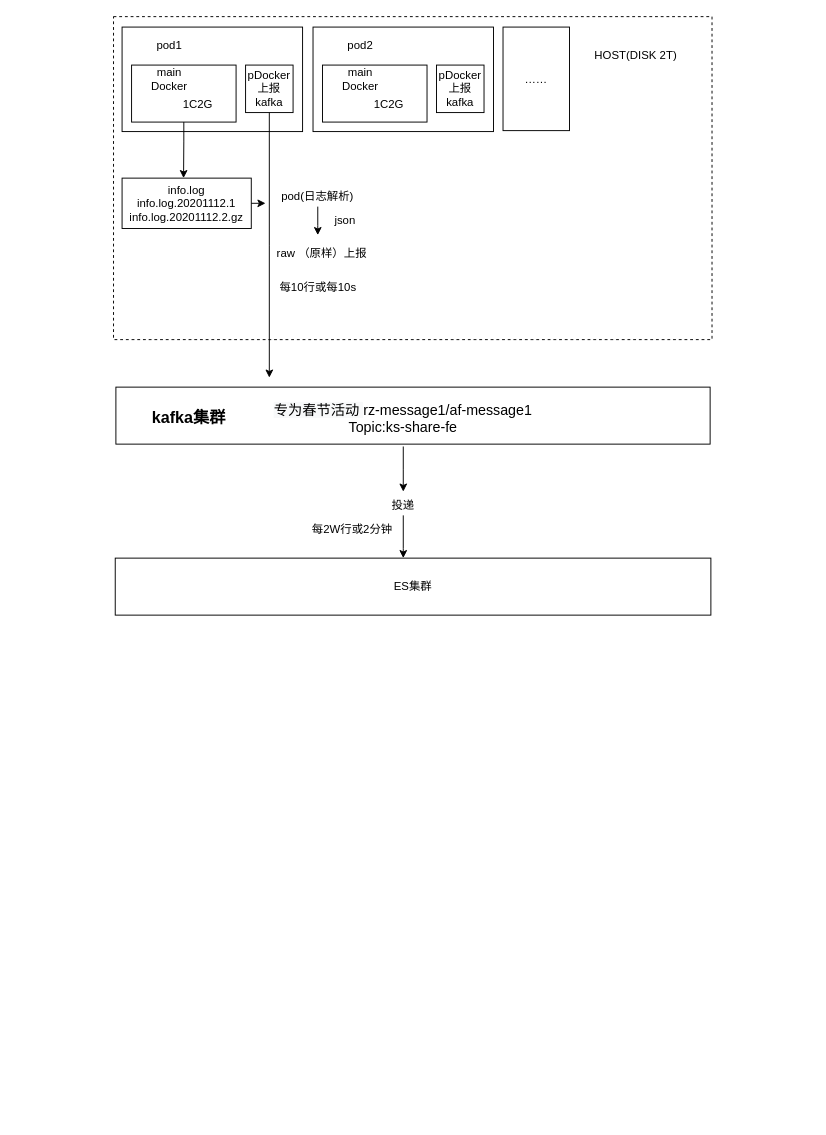
ShangXinbo/myItem keeps this draw.io diagram as 日志消费图.drawio. Above is the earlier version. Source tidied: cells renumbered, new cells numbered last; positions are measured from the earlier drawing's top-left corner, leaving out a move shared by most shapes. Both pictures are drawn from the tidied source at 95%, with x=0, y=0 at pixel (113, 16).
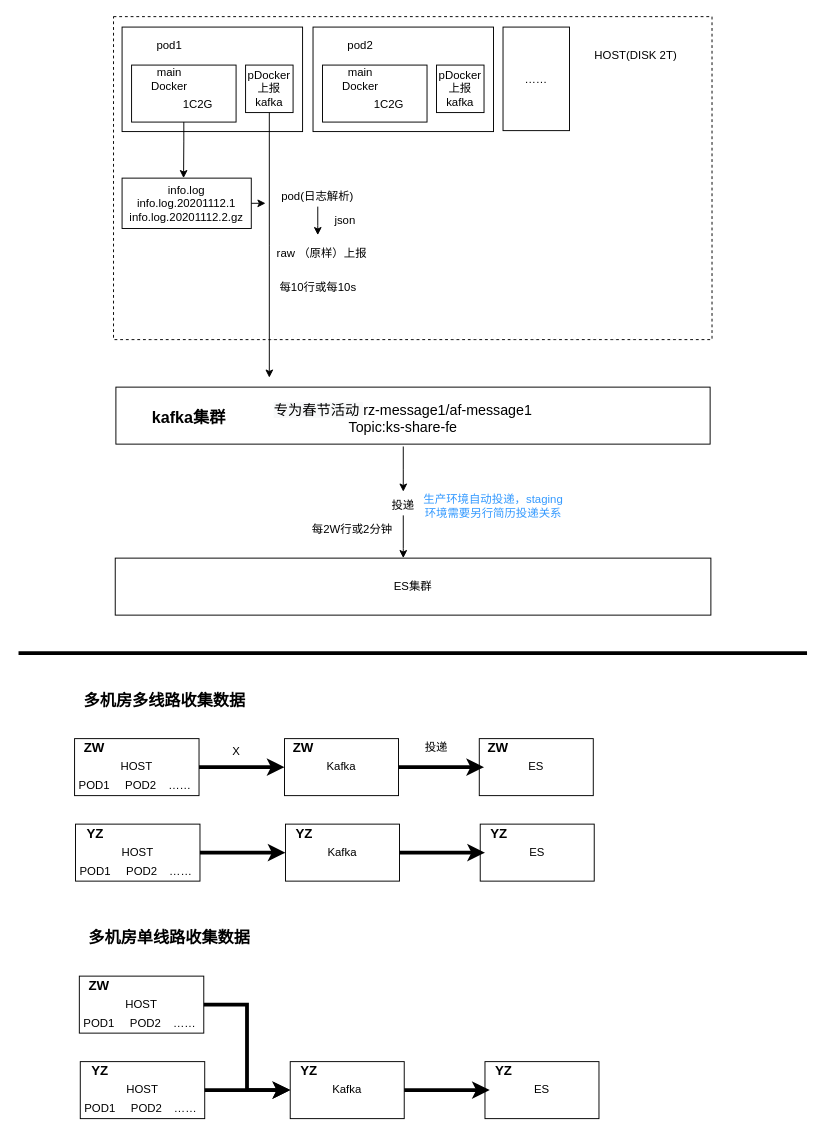
After the change.

Commit message (it also covers changes not shown here):
更新日志消费图.drawio

Change to the diagram source:
```diff
@@
+    <mxCell id="36" value="&lt;font color=&quot;#3399ff&quot;&gt;生产环境自动投递，staging环境需要另行简历投递关系&lt;/font&gt;" style="text;html=1;strokeColor=none;fillColor=none;align=center;verticalAlign=middle;whiteSpace=wrap;rounded=0;" parent="1" vertex="1">
+      <mxGeometry x="320" y="512.5" width="160" height="5" as="geometry" />
+    </mxCell>
+    <mxCell id="37" value="&lt;font style=&quot;font-size: 17px&quot;&gt;&lt;b&gt;多机房多线路收集数据&lt;/b&gt;&lt;/font&gt;" style="text;html=1;strokeColor=none;fillColor=none;align=center;verticalAlign=middle;whiteSpace=wrap;rounded=0;" parent="1" vertex="1">
+      <mxGeometry x="-61" y="720" width="230" as="geometry" />
+    </mxCell>
+    <mxCell id="38" style="endArrow=none;html=1;strokeWidth=4;" parent="1" edge="1">
+      <mxGeometry relative="1" as="geometry">
+        <mxPoint x="-100" y="670" as="sourcePoint" />
+        <mxPoint x="730" y="670" as="targetPoint" />
+      </mxGeometry>
+    </mxCell>
+    <mxCell id="39" value="投递" style="text;html=1;strokeColor=none;fillColor=none;align=center;verticalAlign=middle;whiteSpace=wrap;rounded=0;" parent="1" vertex="1">
+      <mxGeometry x="320" y="760" width="40" height="20" as="geometry" />
+    </mxCell>
+    <mxCell id="40" style="group;" parent="1" vertex="1">
+      <mxGeometry x="-41" y="760" width="546" height="60" as="geometry" />
+    </mxCell>
+    <mxCell id="41" style="edgeStyle=orthogonalEdgeStyle;rounded=0;jettySize=auto;html=1;strokeWidth=4;" parent="40" edge="1" source="53">
+      <mxGeometry relative="1" as="geometry">
+        <mxPoint x="431" y="30" as="targetPoint" />
+      </mxGeometry>
+    </mxCell>
+    <mxCell id="42" value="ES" style="rounded=0;whiteSpace=wrap;html=1;strokeColor=#000000;fillColor=none;" parent="40" vertex="1">
+      <mxGeometry x="426" width="120" height="60" as="geometry" />
+    </mxCell>
+    <mxCell id="43" value="&lt;font style=&quot;font-size: 14px&quot;&gt;&lt;b&gt;ZW&lt;/b&gt;&lt;/font&gt;" style="text;html=1;strokeColor=none;fillColor=none;align=center;verticalAlign=middle;whiteSpace=wrap;rounded=0;" parent="40" vertex="1">
+      <mxGeometry x="426" width="40" height="20" as="geometry" />
+    </mxCell>
+    <mxCell id="44" value="X" style="group;" parent="40" vertex="1">
+      <mxGeometry width="341" height="60" as="geometry" />
+    </mxCell>
+    <mxCell id="45" style="group;" parent="44" vertex="1">
+      <mxGeometry width="131" height="60" as="geometry" />
+    </mxCell>
+    <mxCell id="46" value="POD1" style="text;html=1;strokeColor=none;fillColor=none;align=center;verticalAlign=middle;whiteSpace=wrap;rounded=0;" parent="45" vertex="1">
+      <mxGeometry x="1" y="40" width="40" height="20" as="geometry" />
+    </mxCell>
+    <mxCell id="47" value="POD2" style="text;html=1;strokeColor=none;fillColor=none;align=center;verticalAlign=middle;whiteSpace=wrap;rounded=0;" parent="45" vertex="1">
+      <mxGeometry x="50" y="40" width="40" height="20" as="geometry" />
+    </mxCell>
+    <mxCell id="48" value="……" style="text;html=1;strokeColor=none;fillColor=none;align=center;verticalAlign=middle;whiteSpace=wrap;rounded=0;" parent="45" vertex="1">
+      <mxGeometry x="91" y="40" width="40" height="20" as="geometry" />
+    </mxCell>
+    <mxCell id="49" style="group;" parent="45" vertex="1">
+      <mxGeometry width="131" height="60" as="geometry" />
+    </mxCell>
+    <mxCell id="50" value="HOST" style="rounded=0;whiteSpace=wrap;html=1;strokeColor=#000000;fillColor=none;" parent="49" vertex="1">
+      <mxGeometry width="131" height="60" as="geometry" />
+    </mxCell>
+    <mxCell id="51" value="&lt;font style=&quot;font-size: 14px&quot;&gt;&lt;b&gt;ZW&lt;/b&gt;&lt;/font&gt;" style="text;html=1;strokeColor=none;fillColor=none;align=center;verticalAlign=middle;whiteSpace=wrap;rounded=0;" parent="49" vertex="1">
+      <mxGeometry x="1" width="40" height="20" as="geometry" />
+    </mxCell>
+    <mxCell id="52" style="edgeStyle=orthogonalEdgeStyle;rounded=0;jettySize=auto;html=1;strokeWidth=4;" parent="44" edge="1" source="50">
+      <mxGeometry relative="1" as="geometry">
+        <mxPoint x="221" y="30" as="targetPoint" />
+      </mxGeometry>
+    </mxCell>
+    <mxCell id="53" value="Kafka" style="rounded=0;whiteSpace=wrap;html=1;strokeColor=#000000;fillColor=none;" parent="44" vertex="1">
+      <mxGeometry x="221" width="120" height="60" as="geometry" />
+    </mxCell>
+    <mxCell id="54" value="&lt;font style=&quot;font-size: 14px&quot;&gt;&lt;b&gt;ZW&lt;/b&gt;&lt;/font&gt;" style="text;html=1;strokeColor=none;fillColor=none;align=center;verticalAlign=middle;whiteSpace=wrap;rounded=0;" parent="44" vertex="1">
+      <mxGeometry x="221" width="40" height="20" as="geometry" />
+    </mxCell>
+    <mxCell id="55" style="group;" parent="1" vertex="1">
+      <mxGeometry x="-40" y="850" width="546" height="60" as="geometry" />
+    </mxCell>
+    <mxCell id="56" style="edgeStyle=orthogonalEdgeStyle;rounded=0;jettySize=auto;html=1;strokeWidth=4;" parent="55" edge="1" source="68">
+      <mxGeometry relative="1" as="geometry">
+        <mxPoint x="431" y="30" as="targetPoint" />
+      </mxGeometry>
+    </mxCell>
+    <mxCell id="57" value="ES" style="rounded=0;whiteSpace=wrap;html=1;strokeColor=#000000;fillColor=none;" parent="55" vertex="1">
+      <mxGeometry x="426" width="120" height="60" as="geometry" />
+    </mxCell>
+    <mxCell id="58" value="&lt;font style=&quot;font-size: 14px&quot;&gt;&lt;b&gt;YZ&lt;/b&gt;&lt;/font&gt;" style="text;html=1;strokeColor=none;fillColor=none;align=center;verticalAlign=middle;whiteSpace=wrap;rounded=0;" parent="55" vertex="1">
+      <mxGeometry x="426" width="40" height="20" as="geometry" />
+    </mxCell>
+    <mxCell id="59" style="group;" parent="55" vertex="1">
+      <mxGeometry width="341" height="60" as="geometry" />
+    </mxCell>
+    <mxCell id="60" style="group;" parent="59" vertex="1">
+      <mxGeometry width="131" height="60" as="geometry" />
+    </mxCell>
+    <mxCell id="61" value="POD1" style="text;html=1;strokeColor=none;fillColor=none;align=center;verticalAlign=middle;whiteSpace=wrap;rounded=0;" parent="60" vertex="1">
+      <mxGeometry x="1" y="40" width="40" height="20" as="geometry" />
+    </mxCell>
+    <mxCell id="62" value="POD2" style="text;html=1;strokeColor=none;fillColor=none;align=center;verticalAlign=middle;whiteSpace=wrap;rounded=0;" parent="60" vertex="1">
+      <mxGeometry x="50" y="40" width="40" height="20" as="geometry" />
+    </mxCell>
+    <mxCell id="63" value="……" style="text;html=1;strokeColor=none;fillColor=none;align=center;verticalAlign=middle;whiteSpace=wrap;rounded=0;" parent="60" vertex="1">
+      <mxGeometry x="91" y="40" width="40" height="20" as="geometry" />
+    </mxCell>
+    <mxCell id="64" style="group;" parent="60" vertex="1">
+      <mxGeometry width="131" height="60" as="geometry" />
+    </mxCell>
+    <mxCell id="65" value="HOST" style="rounded=0;whiteSpace=wrap;html=1;strokeColor=#000000;fillColor=none;" parent="64" vertex="1">
+      <mxGeometry width="131" height="60" as="geometry" />
+    </mxCell>
+    <mxCell id="66" value="&lt;font style=&quot;font-size: 14px&quot;&gt;&lt;b&gt;YZ&lt;/b&gt;&lt;/font&gt;" style="text;html=1;strokeColor=none;fillColor=none;align=center;verticalAlign=middle;whiteSpace=wrap;rounded=0;" parent="64" vertex="1">
+      <mxGeometry x="1" width="40" height="20" as="geometry" />
+    </mxCell>
+    <mxCell id="67" style="edgeStyle=orthogonalEdgeStyle;rounded=0;jettySize=auto;html=1;strokeWidth=4;" parent="59" edge="1" source="65">
+      <mxGeometry relative="1" as="geometry">
+        <mxPoint x="221" y="30" as="targetPoint" />
+      </mxGeometry>
+    </mxCell>
+    <mxCell id="68" value="Kafka" style="rounded=0;whiteSpace=wrap;html=1;strokeColor=#000000;fillColor=none;" parent="59" vertex="1">
+      <mxGeometry x="221" width="120" height="60" as="geometry" />
+    </mxCell>
+    <mxCell id="69" value="&lt;span style=&quot;font-size: 14px&quot;&gt;&lt;b&gt;YZ&lt;/b&gt;&lt;/span&gt;" style="text;html=1;strokeColor=none;fillColor=none;align=center;verticalAlign=middle;whiteSpace=wrap;rounded=0;" parent="59" vertex="1">
+      <mxGeometry x="221" width="40" height="20" as="geometry" />
+    </mxCell>
+    <mxCell id="70" value="&lt;font style=&quot;font-size: 17px&quot;&gt;&lt;b&gt;多机房单线路收集数据&lt;/b&gt;&lt;/font&gt;" style="text;html=1;strokeColor=none;fillColor=none;align=center;verticalAlign=middle;whiteSpace=wrap;rounded=0;" parent="1" vertex="1">
+      <mxGeometry x="-56" y="970" width="230" as="geometry" />
+    </mxCell>
+    <mxCell id="71" style="group;" parent="1" vertex="1">
+      <mxGeometry x="-35" y="1100" width="546" height="60" as="geometry" />
+    </mxCell>
+    <mxCell id="72" style="edgeStyle=orthogonalEdgeStyle;rounded=0;jettySize=auto;html=1;strokeWidth=4;" parent="71" edge="1" source="84">
+      <mxGeometry relative="1" as="geometry">
+        <mxPoint x="431" y="30" as="targetPoint" />
+      </mxGeometry>
+    </mxCell>
+    <mxCell id="73" value="ES" style="rounded=0;whiteSpace=wrap;html=1;strokeColor=#000000;fillColor=none;" parent="71" vertex="1">
+      <mxGeometry x="426" width="120" height="60" as="geometry" />
+    </mxCell>
+    <mxCell id="74" value="&lt;font style=&quot;font-size: 14px&quot;&gt;&lt;b&gt;YZ&lt;/b&gt;&lt;/font&gt;" style="text;html=1;strokeColor=none;fillColor=none;align=center;verticalAlign=middle;whiteSpace=wrap;rounded=0;" parent="71" vertex="1">
+      <mxGeometry x="426" width="40" height="20" as="geometry" />
+    </mxCell>
+    <mxCell id="75" style="group;" parent="71" vertex="1">
+      <mxGeometry width="341" height="60" as="geometry" />
+    </mxCell>
+    <mxCell id="76" style="group;" parent="75" vertex="1">
+      <mxGeometry width="131" height="60" as="geometry" />
+    </mxCell>
+    <mxCell id="77" value="POD1" style="text;html=1;strokeColor=none;fillColor=none;align=center;verticalAlign=middle;whiteSpace=wrap;rounded=0;" parent="76" vertex="1">
+      <mxGeometry x="1" y="40" width="40" height="20" as="geometry" />
+    </mxCell>
+    <mxCell id="78" value="POD2" style="text;html=1;strokeColor=none;fillColor=none;align=center;verticalAlign=middle;whiteSpace=wrap;rounded=0;" parent="76" vertex="1">
+      <mxGeometry x="50" y="40" width="40" height="20" as="geometry" />
+    </mxCell>
+    <mxCell id="79" value="……" style="text;html=1;strokeColor=none;fillColor=none;align=center;verticalAlign=middle;whiteSpace=wrap;rounded=0;" parent="76" vertex="1">
+      <mxGeometry x="91" y="40" width="40" height="20" as="geometry" />
+    </mxCell>
+    <mxCell id="80" style="group;" parent="76" vertex="1">
+      <mxGeometry width="131" height="60" as="geometry" />
+    </mxCell>
+    <mxCell id="81" value="HOST" style="rounded=0;whiteSpace=wrap;html=1;strokeColor=#000000;fillColor=none;" parent="80" vertex="1">
+      <mxGeometry width="131" height="60" as="geometry" />
+    </mxCell>
+    <mxCell id="82" value="&lt;font style=&quot;font-size: 14px&quot;&gt;&lt;b&gt;YZ&lt;/b&gt;&lt;/font&gt;" style="text;html=1;strokeColor=none;fillColor=none;align=center;verticalAlign=middle;whiteSpace=wrap;rounded=0;" parent="80" vertex="1">
+      <mxGeometry x="1" width="40" height="20" as="geometry" />
+    </mxCell>
+    <mxCell id="83" style="edgeStyle=orthogonalEdgeStyle;rounded=0;jettySize=auto;html=1;strokeWidth=4;" parent="75" edge="1" source="81">
+      <mxGeometry relative="1" as="geometry">
+        <mxPoint x="221" y="30" as="targetPoint" />
+      </mxGeometry>
+    </mxCell>
+    <mxCell id="84" value="Kafka" style="rounded=0;whiteSpace=wrap;html=1;strokeColor=#000000;fillColor=none;" parent="75" vertex="1">
+      <mxGeometry x="221" width="120" height="60" as="geometry" />
+    </mxCell>
+    <mxCell id="85" value="&lt;span style=&quot;font-size: 14px&quot;&gt;&lt;b&gt;YZ&lt;/b&gt;&lt;/span&gt;" style="text;html=1;strokeColor=none;fillColor=none;align=center;verticalAlign=middle;whiteSpace=wrap;rounded=0;" parent="75" vertex="1">
+      <mxGeometry x="221" width="40" height="20" as="geometry" />
+    </mxCell>
+    <mxCell id="86" style="group;" parent="1" vertex="1">
+      <mxGeometry x="-36" y="1010" width="131" height="60" as="geometry" />
+    </mxCell>
+    <mxCell id="87" value="POD1" style="text;html=1;strokeColor=none;fillColor=none;align=center;verticalAlign=middle;whiteSpace=wrap;rounded=0;" parent="86" vertex="1">
+      <mxGeometry x="1" y="40" width="40" height="20" as="geometry" />
+    </mxCell>
+    <mxCell id="88" value="POD2" style="text;html=1;strokeColor=none;fillColor=none;align=center;verticalAlign=middle;whiteSpace=wrap;rounded=0;" parent="86" vertex="1">
+      <mxGeometry x="50" y="40" width="40" height="20" as="geometry" />
+    </mxCell>
+    <mxCell id="89" value="……" style="text;html=1;strokeColor=none;fillColor=none;align=center;verticalAlign=middle;whiteSpace=wrap;rounded=0;" parent="86" vertex="1">
+      <mxGeometry x="91" y="40" width="40" height="20" as="geometry" />
+    </mxCell>
+    <mxCell id="90" style="group;" parent="86" vertex="1">
+      <mxGeometry width="131" height="60" as="geometry" />
+    </mxCell>
+    <mxCell id="91" value="HOST" style="rounded=0;whiteSpace=wrap;html=1;strokeColor=#000000;fillColor=none;" parent="90" vertex="1">
+      <mxGeometry width="131" height="60" as="geometry" />
+    </mxCell>
+    <mxCell id="92" value="&lt;font style=&quot;font-size: 14px&quot;&gt;&lt;b&gt;ZW&lt;/b&gt;&lt;/font&gt;" style="text;html=1;strokeColor=none;fillColor=none;align=center;verticalAlign=middle;whiteSpace=wrap;rounded=0;" parent="90" vertex="1">
+      <mxGeometry x="1" width="40" height="20" as="geometry" />
+    </mxCell>
+    <mxCell id="93" style="edgeStyle=orthogonalEdgeStyle;rounded=0;jettySize=auto;html=1;strokeWidth=4;entryX=0;entryY=0.5;entryDx=0;entryDy=0;" parent="1" edge="1" source="91" target="84">
+      <mxGeometry x="64" y="1090" as="geometry" />
+    </mxCell>
```
